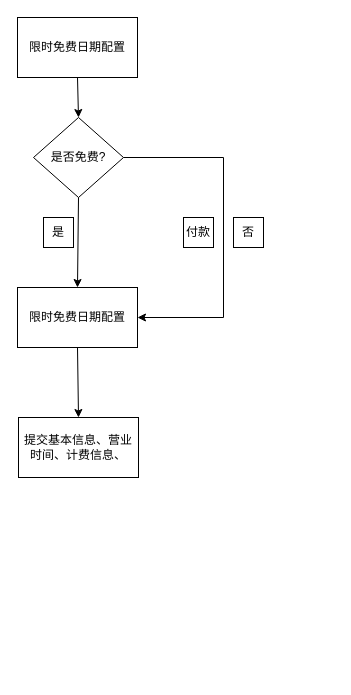
The draw.io diagram Untitled Diagram.drawio in piaoransheng/draw.io, before the edit. Source tidied: cells renumbered, new cells numbered last; positions are measured from the earlier drawing's top-left corner, leaving out a move shared by most shapes. Both pictures are drawn from the tidied source at 100%, with x=0, y=0 at pixel (17, 17).
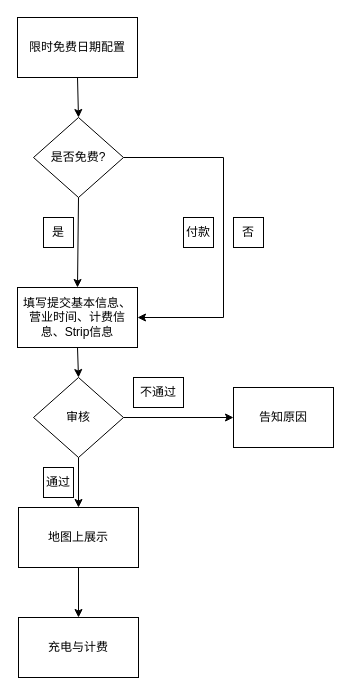
After the change.

Change to the diagram source:
```diff
@@
-    <mxCell id="7" value="限时免费日期配置" style="rounded=0;whiteSpace=wrap;html=1;" parent="1" vertex="1">
+    <mxCell id="7" value="填写提交基本信息、营业时间、计费信息、Strip信息" style="rounded=0;whiteSpace=wrap;html=1;" parent="1" vertex="1">
       <mxGeometry y="270" width="120" height="60" as="geometry" />
     </mxCell>
@@
-    <mxCell id="11" style="endArrow=classic;html=1;rounded=0;exitX=0.5;exitY=1;exitDx=0;exitDy=0;entryX=0.5;entryY=0;entryDx=0;entryDy=0;" parent="1" edge="1" source="7" target="12">
+    <mxCell id="11" style="endArrow=classic;html=1;rounded=0;exitX=0.5;exitY=1;exitDx=0;exitDy=0;entryX=0.5;entryY=0;entryDx=0;entryDy=0;" parent="1" edge="1" source="7" target="13">
       <mxGeometry relative="1" as="geometry" />
     </mxCell>
-    <mxCell id="12" value="提交基本信息、营业时间、计费信息、" style="rounded=0;whiteSpace=wrap;html=1;" parent="1" vertex="1">
-      <mxGeometry x="1" y="400" width="120" height="60" as="geometry" />
-    </mxCell>
+    <mxCell id="13" value="审核&lt;br&gt;" style="rhombus;whiteSpace=wrap;html=1;" parent="1" vertex="1">
+      <mxGeometry x="16" y="360" width="90" height="80" as="geometry" />
+    </mxCell>
+    <mxCell id="14" style="endArrow=classic;html=1;rounded=0;exitX=0.5;exitY=1;exitDx=0;exitDy=0;entryX=0.5;entryY=0;entryDx=0;entryDy=0;" parent="1" edge="1" source="13" target="15">
+      <mxGeometry relative="1" as="geometry" />
+    </mxCell>
+    <mxCell id="15" value="地图上展示" style="rounded=0;whiteSpace=wrap;html=1;" parent="1" vertex="1">
+      <mxGeometry x="1" y="490" width="120" height="60" as="geometry" />
+    </mxCell>
+    <mxCell id="16" value="通过" style="rounded=0;whiteSpace=wrap;html=1;" parent="1" vertex="1">
+      <mxGeometry x="26" y="450" width="30" height="30" as="geometry" />
+    </mxCell>
+    <mxCell id="17" style="endArrow=classic;html=1;rounded=0;exitX=1;exitY=0.5;exitDx=0;exitDy=0;entryX=0;entryY=0.5;entryDx=0;entryDy=0;" parent="1" edge="1" source="13" target="19">
+      <mxGeometry relative="1" as="geometry" />
+    </mxCell>
+    <mxCell id="18" value="不通过" style="rounded=0;whiteSpace=wrap;html=1;" parent="1" vertex="1">
+      <mxGeometry x="116" y="360" width="50" height="30" as="geometry" />
+    </mxCell>
+    <mxCell id="19" value="告知原因" style="rounded=0;whiteSpace=wrap;html=1;" parent="1" vertex="1">
+      <mxGeometry x="216" y="370" width="100" height="60" as="geometry" />
+    </mxCell>
+    <mxCell id="20" style="endArrow=classic;html=1;rounded=0;exitX=0.5;exitY=1;exitDx=0;exitDy=0;entryX=0.5;entryY=0;entryDx=0;entryDy=0;" parent="1" edge="1" source="15" target="21">
+      <mxGeometry relative="1" as="geometry" />
+    </mxCell>
+    <mxCell id="21" value="充电与计费" style="rounded=0;whiteSpace=wrap;html=1;" parent="1" vertex="1">
+      <mxGeometry x="1" y="600" width="120" height="60" as="geometry" />
+    </mxCell>
```
